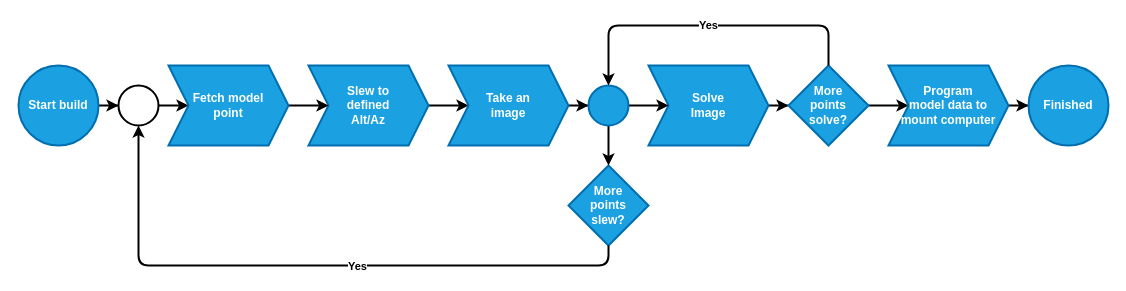
Earlier version of the draw.io diagram doc/workflows/modeling/image/model_process.drawio (mworion/MountWizzard4). Source tidied: cells renumbered, new cells numbered last; positions are measured from the earlier drawing's top-left corner, leaving out a move shared by most shapes. Both pictures are drawn from the tidied source at 100%, with x=0, y=0 at pixel (18, 25).
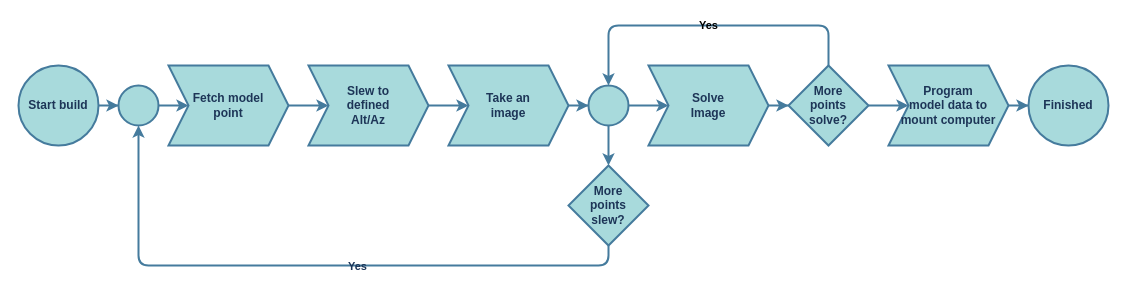
Above is the later version.

The edit, as a diff of the source:
```diff
@@
-    <mxCell id="2" style="edgeStyle=orthogonalEdgeStyle;rounded=0;jettySize=auto;html=1;fontStyle=1;strokeWidth=2;" parent="1" edge="1" source="3" target="10">
+    <mxCell id="2" style="edgeStyle=orthogonalEdgeStyle;rounded=0;jettySize=auto;html=1;fontStyle=1;strokeWidth=2;labelBackgroundColor=none;strokeColor=#457B9D;fontColor=default;" parent="1" edge="1" source="3" target="10">
       <mxGeometry relative="1" as="geometry" />
     </mxCell>
-    <mxCell id="3" value="Start build" style="ellipse;whiteSpace=wrap;html=1;fontStyle=1;strokeWidth=2;fillColor=#1ba1e2;strokeColor=#006EAF;fontColor=#ffffff;" parent="1" vertex="1">
+    <mxCell id="3" value="Start build" style="ellipse;whiteSpace=wrap;html=1;fontStyle=1;strokeWidth=2;fillColor=#A8DADC;strokeColor=#457B9D;fontColor=#1D3557;labelBackgroundColor=none;" parent="1" vertex="1">
       <mxGeometry y="40" width="80" height="80" as="geometry" />
     </mxCell>
-    <mxCell id="4" style="edgeStyle=orthogonalEdgeStyle;rounded=0;jettySize=auto;html=1;fontStyle=1;strokeWidth=2;" parent="1" edge="1" source="5" target="7">
+    <mxCell id="4" style="edgeStyle=orthogonalEdgeStyle;rounded=0;jettySize=auto;html=1;fontStyle=1;strokeWidth=2;labelBackgroundColor=none;strokeColor=#457B9D;fontColor=default;" parent="1" edge="1" source="5" target="7">
       <mxGeometry relative="1" as="geometry" />
     </mxCell>
-    <mxCell id="5" value="Slew to &lt;br&gt;defined&lt;br&gt;Alt/Az" style="shape=step;perimeter=stepPerimeter;whiteSpace=wrap;html=1;fixedSize=1;fontStyle=1;strokeWidth=2;fillColor=#1ba1e2;fontColor=#ffffff;strokeColor=#006EAF;" parent="1" vertex="1">
+    <mxCell id="5" value="Slew to &lt;br&gt;defined&lt;br&gt;Alt/Az" style="shape=step;perimeter=stepPerimeter;whiteSpace=wrap;html=1;fixedSize=1;fontStyle=1;strokeWidth=2;fillColor=#A8DADC;fontColor=#1D3557;strokeColor=#457B9D;labelBackgroundColor=none;" parent="1" vertex="1">
       <mxGeometry x="290" y="40" width="120" height="80" as="geometry" />
     </mxCell>
-    <mxCell id="6" style="edgeStyle=orthogonalEdgeStyle;rounded=0;jettySize=auto;html=1;fontStyle=1;strokeWidth=2;" parent="1" edge="1" source="7" target="19">
+    <mxCell id="6" style="edgeStyle=orthogonalEdgeStyle;rounded=0;jettySize=auto;html=1;fontStyle=1;strokeWidth=2;labelBackgroundColor=none;strokeColor=#457B9D;fontColor=default;" parent="1" edge="1" source="7" target="19">
       <mxGeometry relative="1" as="geometry" />
     </mxCell>
-    <mxCell id="7" value="Take an &lt;br&gt;image" style="shape=step;perimeter=stepPerimeter;whiteSpace=wrap;html=1;fixedSize=1;fontStyle=1;strokeWidth=2;fillColor=#1ba1e2;fontColor=#ffffff;strokeColor=#006EAF;" parent="1" vertex="1">
+    <mxCell id="7" value="Take an &lt;br&gt;image" style="shape=step;perimeter=stepPerimeter;whiteSpace=wrap;html=1;fixedSize=1;fontStyle=1;strokeWidth=2;fillColor=#A8DADC;fontColor=#1D3557;strokeColor=#457B9D;labelBackgroundColor=none;" parent="1" vertex="1">
       <mxGeometry x="430" y="40" width="120" height="80" as="geometry" />
     </mxCell>
-    <mxCell id="8" value="More&lt;br&gt;points&lt;br&gt;slew?" style="rhombus;whiteSpace=wrap;html=1;fontStyle=1;strokeWidth=2;fillColor=#1ba1e2;fontColor=#ffffff;strokeColor=#006EAF;" parent="1" vertex="1">
+    <mxCell id="8" value="More&lt;br&gt;points&lt;br&gt;slew?" style="rhombus;whiteSpace=wrap;html=1;fontStyle=1;strokeWidth=2;fillColor=#A8DADC;fontColor=#1D3557;strokeColor=#457B9D;labelBackgroundColor=none;" parent="1" vertex="1">
       <mxGeometry x="550" y="140" width="80" height="80" as="geometry" />
     </mxCell>
-    <mxCell id="9" style="edgeStyle=orthogonalEdgeStyle;rounded=0;jettySize=auto;html=1;fontStyle=1;strokeWidth=2;" parent="1" edge="1" source="10" target="12">
+    <mxCell id="9" style="edgeStyle=orthogonalEdgeStyle;rounded=0;jettySize=auto;html=1;fontStyle=1;strokeWidth=2;labelBackgroundColor=none;strokeColor=#457B9D;fontColor=default;" parent="1" edge="1" source="10" target="12">
       <mxGeometry relative="1" as="geometry" />
     </mxCell>
-    <mxCell id="10" style="ellipse;whiteSpace=wrap;html=1;fontStyle=1;strokeWidth=2;" parent="1" vertex="1">
+    <mxCell id="10" style="ellipse;whiteSpace=wrap;html=1;fontStyle=1;strokeWidth=2;labelBackgroundColor=none;fillColor=#A8DADC;strokeColor=#457B9D;fontColor=#1D3557;" parent="1" vertex="1">
       <mxGeometry x="100" y="60" width="40" height="40" as="geometry" />
     </mxCell>
-    <mxCell id="11" style="edgeStyle=orthogonalEdgeStyle;rounded=0;jettySize=auto;html=1;fontStyle=1;strokeWidth=2;" parent="1" edge="1" source="12" target="5">
+    <mxCell id="11" style="edgeStyle=orthogonalEdgeStyle;rounded=0;jettySize=auto;html=1;fontStyle=1;strokeWidth=2;labelBackgroundColor=none;strokeColor=#457B9D;fontColor=default;" parent="1" edge="1" source="12" target="5">
       <mxGeometry relative="1" as="geometry" />
     </mxCell>
-    <mxCell id="12" value="&lt;span&gt;Fetch model&lt;/span&gt;&lt;br&gt;&lt;span&gt;point&lt;/span&gt;" style="shape=step;perimeter=stepPerimeter;whiteSpace=wrap;html=1;fixedSize=1;fontStyle=1;strokeWidth=2;fillColor=#1ba1e2;fontColor=#ffffff;strokeColor=#006EAF;" parent="1" vertex="1">
+    <mxCell id="12" value="&lt;span&gt;Fetch model&lt;/span&gt;&lt;br&gt;&lt;span&gt;point&lt;/span&gt;" style="shape=step;perimeter=stepPerimeter;whiteSpace=wrap;html=1;fixedSize=1;fontStyle=1;strokeWidth=2;fillColor=#A8DADC;fontColor=#1D3557;strokeColor=#457B9D;labelBackgroundColor=none;" parent="1" vertex="1">
       <mxGeometry x="150" y="40" width="120" height="80" as="geometry" />
     </mxCell>
-    <mxCell id="13" style="endArrow=classic;html=1;exitX=0.5;exitY=1;exitDx=0;exitDy=0;entryX=0.5;entryY=1;entryDx=0;entryDy=0;fontStyle=1;strokeWidth=2;" parent="1" edge="1" source="8" target="10">
+    <mxCell id="13" style="endArrow=classic;html=1;exitX=0.5;exitY=1;exitDx=0;exitDy=0;entryX=0.5;entryY=1;entryDx=0;entryDy=0;fontStyle=1;strokeWidth=2;labelBackgroundColor=none;strokeColor=#457B9D;fontColor=default;" parent="1" edge="1" source="8" target="10">
       <mxGeometry relative="1" as="geometry">
         <Array as="points">
           <mxPoint x="590" y="240" />
           <mxPoint x="120" y="240" />
         </Array>
       </mxGeometry>
     </mxCell>
-    <mxCell id="14" value="Yes" style="edgeLabel;html=1;align=center;verticalAlign=middle;fontStyle=1;" parent="13" vertex="1">
+    <mxCell id="14" value="Yes" style="edgeLabel;html=1;align=center;verticalAlign=middle;fontStyle=1;labelBackgroundColor=none;fontColor=#1D3557;" parent="13" vertex="1">
       <mxGeometry x="-0.93" relative="1" as="geometry">
         <mxPoint x="-250" as="offset" />
       </mxGeometry>
     </mxCell>
-    <mxCell id="15" style="edgeStyle=orthogonalEdgeStyle;rounded=0;jettySize=auto;html=1;fontStyle=1;strokeWidth=2;" parent="1" edge="1" source="16" target="21">
+    <mxCell id="15" style="edgeStyle=orthogonalEdgeStyle;rounded=0;jettySize=auto;html=1;fontStyle=1;strokeWidth=2;labelBackgroundColor=none;strokeColor=#457B9D;fontColor=default;" parent="1" edge="1" source="16" target="21">
       <mxGeometry relative="1" as="geometry" />
     </mxCell>
-    <mxCell id="16" value="Solve&lt;br&gt;Image" style="shape=step;perimeter=stepPerimeter;whiteSpace=wrap;html=1;fixedSize=1;fontStyle=1;strokeWidth=2;fillColor=#1ba1e2;fontColor=#ffffff;strokeColor=#006EAF;" parent="1" vertex="1">
+    <mxCell id="16" value="Solve&lt;br&gt;Image" style="shape=step;perimeter=stepPerimeter;whiteSpace=wrap;html=1;fixedSize=1;fontStyle=1;strokeWidth=2;fillColor=#A8DADC;fontColor=#1D3557;strokeColor=#457B9D;labelBackgroundColor=none;" parent="1" vertex="1">
       <mxGeometry x="630" y="40" width="120" height="80" as="geometry" />
     </mxCell>
-    <mxCell id="17" style="edgeStyle=orthogonalEdgeStyle;rounded=0;jettySize=auto;html=1;fontStyle=1;strokeWidth=2;" parent="1" edge="1" source="19" target="8">
+    <mxCell id="17" style="edgeStyle=orthogonalEdgeStyle;rounded=0;jettySize=auto;html=1;fontStyle=1;strokeWidth=2;labelBackgroundColor=none;strokeColor=#457B9D;fontColor=default;" parent="1" edge="1" source="19" target="8">
       <mxGeometry relative="1" as="geometry" />
     </mxCell>
-    <mxCell id="18" style="edgeStyle=orthogonalEdgeStyle;rounded=0;jettySize=auto;html=1;fontStyle=1;strokeWidth=2;" parent="1" edge="1" source="19" target="16">
+    <mxCell id="18" style="edgeStyle=orthogonalEdgeStyle;rounded=0;jettySize=auto;html=1;fontStyle=1;strokeWidth=2;labelBackgroundColor=none;strokeColor=#457B9D;fontColor=default;" parent="1" edge="1" source="19" target="16">
       <mxGeometry relative="1" as="geometry" />
     </mxCell>
-    <mxCell id="19" style="ellipse;whiteSpace=wrap;html=1;fontStyle=1;strokeWidth=2;fillColor=#1ba1e2;fontColor=#ffffff;strokeColor=#006EAF;" parent="1" vertex="1">
+    <mxCell id="19" style="ellipse;whiteSpace=wrap;html=1;fontStyle=1;strokeWidth=2;fillColor=#A8DADC;fontColor=#1D3557;strokeColor=#457B9D;labelBackgroundColor=none;" parent="1" vertex="1">
       <mxGeometry x="570" y="60" width="40" height="40" as="geometry" />
     </mxCell>
-    <mxCell id="20" style="edgeStyle=orthogonalEdgeStyle;rounded=0;jettySize=auto;html=1;fontStyle=1;strokeWidth=2;" parent="1" edge="1" source="21" target="24">
+    <mxCell id="20" style="edgeStyle=orthogonalEdgeStyle;rounded=0;jettySize=auto;html=1;fontStyle=1;strokeWidth=2;labelBackgroundColor=none;strokeColor=#457B9D;fontColor=default;" parent="1" edge="1" source="21" target="24">
       <mxGeometry relative="1" as="geometry" />
     </mxCell>
-    <mxCell id="21" value="More&lt;br&gt;points&lt;br&gt;solve?" style="rhombus;whiteSpace=wrap;html=1;fontStyle=1;strokeWidth=2;fillColor=#1ba1e2;fontColor=#ffffff;strokeColor=#006EAF;" parent="1" vertex="1">
+    <mxCell id="21" value="More&lt;br&gt;points&lt;br&gt;solve?" style="rhombus;whiteSpace=wrap;html=1;fontStyle=1;strokeWidth=2;fillColor=#A8DADC;fontColor=#1D3557;strokeColor=#457B9D;labelBackgroundColor=none;" parent="1" vertex="1">
       <mxGeometry x="770" y="40" width="80" height="80" as="geometry" />
     </mxCell>
-    <mxCell id="22" value="Yes" style="endArrow=classic;html=1;exitX=0.5;exitY=0;exitDx=0;exitDy=0;entryX=0.5;entryY=0;entryDx=0;entryDy=0;fontStyle=1;strokeWidth=2;" parent="1" edge="1" source="21" target="19">
+    <mxCell id="22" value="Yes" style="endArrow=classic;html=1;exitX=0.5;exitY=0;exitDx=0;exitDy=0;entryX=0.5;entryY=0;entryDx=0;entryDy=0;fontStyle=1;strokeWidth=2;labelBackgroundColor=none;strokeColor=#457B9D;fontColor=default;" parent="1" edge="1" source="21" target="19">
       <mxGeometry relative="1" as="geometry">
         <Array as="points">
           <mxPoint x="810" />
           <mxPoint x="590" />
         </Array>
       </mxGeometry>
     </mxCell>
-    <mxCell id="23" style="edgeStyle=orthogonalEdgeStyle;rounded=0;jettySize=auto;html=1;fontStyle=1;strokeWidth=2;" parent="1" edge="1" source="24" target="25">
+    <mxCell id="23" style="edgeStyle=orthogonalEdgeStyle;rounded=0;jettySize=auto;html=1;fontStyle=1;strokeWidth=2;labelBackgroundColor=none;strokeColor=#457B9D;fontColor=default;" parent="1" edge="1" source="24" target="25">
       <mxGeometry relative="1" as="geometry" />
     </mxCell>
-    <mxCell id="24" value="Program&lt;br&gt;model data to&lt;br&gt;mount computer" style="shape=step;perimeter=stepPerimeter;whiteSpace=wrap;html=1;fixedSize=1;fontStyle=1;strokeWidth=2;fillColor=#1ba1e2;fontColor=#ffffff;strokeColor=#006EAF;" parent="1" vertex="1">
+    <mxCell id="24" value="Program&lt;br&gt;model data to&lt;br&gt;mount computer" style="shape=step;perimeter=stepPerimeter;whiteSpace=wrap;html=1;fixedSize=1;fontStyle=1;strokeWidth=2;fillColor=#A8DADC;fontColor=#1D3557;strokeColor=#457B9D;labelBackgroundColor=none;" parent="1" vertex="1">
       <mxGeometry x="870" y="40" width="120" height="80" as="geometry" />
     </mxCell>
-    <mxCell id="25" value="Finished" style="ellipse;whiteSpace=wrap;html=1;fontStyle=1;strokeWidth=2;fillColor=#1ba1e2;fontColor=#ffffff;strokeColor=#006EAF;" parent="1" vertex="1">
+    <mxCell id="25" value="Finished" style="ellipse;whiteSpace=wrap;html=1;fontStyle=1;strokeWidth=2;fillColor=#A8DADC;fontColor=#1D3557;strokeColor=#457B9D;labelBackgroundColor=none;" parent="1" vertex="1">
       <mxGeometry x="1010" y="40" width="80" height="80" as="geometry" />
     </mxCell>
```
